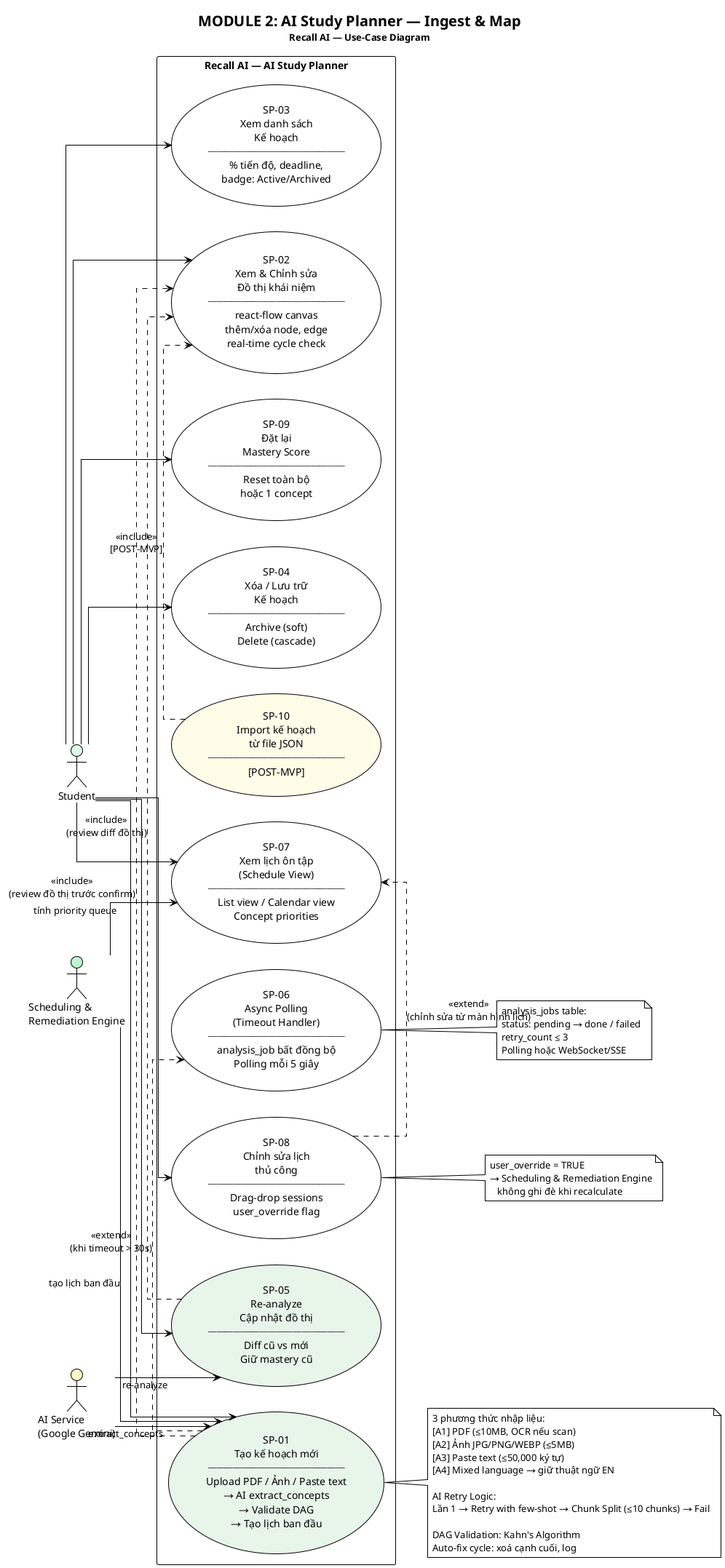
Above: pa/pa2/Use-case model/UC-02_StudyPlanner.png in Lade1q/planning-ai (PlantUML), before the change.
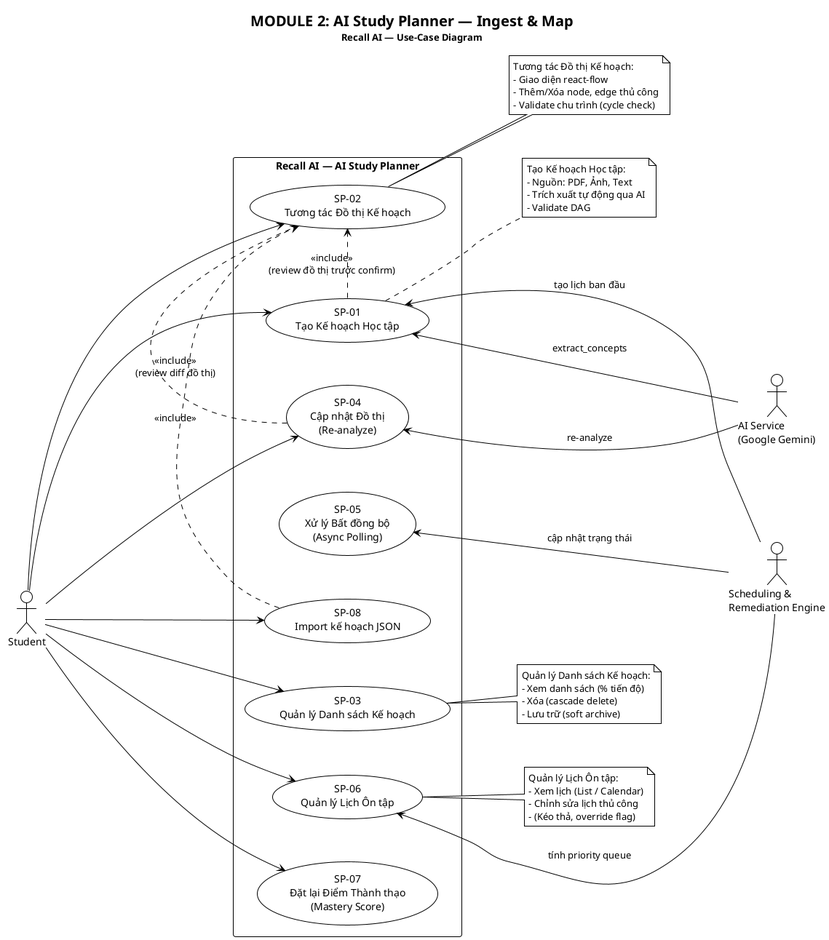
After the change.

Change to the diagram source:
```diff
@@ -1,7 +1,8 @@
 @startuml UC-02_StudyPlanner
 !theme plain
 skinparam shadowing false
-skinparam linetype ortho
+skinparam nodesep 60
+skinparam ranksep 80
 
 <style>
 usecaseDiagram {
@@ -48,83 +49,79 @@
 
 left to right direction
 
-actor "Student" as STU #DCFCE7
-actor "AI Service\n(Google Gemini)" as AI #FEF9C3
-actor "Scheduling &\nRemediation Engine" as SRE #BBF7D0
+actor "Student" as STU
+actor "AI Service\n(Google Gemini)" as AI
+actor "Scheduling &\nRemediation Engine" as SRE
 
 rectangle "Recall AI — AI Study Planner" as SYS {
 
-  usecase "SP-01\nTạo kế hoạch mới\n────────────────\nUpload PDF / Ảnh / Paste text\n→ AI extract_concepts\n→ Validate DAG\n→ Tạo lịch ban đầu" as sp01 #E8F5E9
+  usecase "SP-01\nTạo Kế hoạch Học tập" as sp01
 
-  usecase "SP-02\nXem & Chỉnh sửa\nĐồ thị khái niệm\n────────────────\nreact-flow canvas\nthêm/xóa node, edge\nreal-time cycle check" as sp02
+  usecase "SP-02\nTương tác Đồ thị Kế hoạch" as sp02
 
-  usecase "SP-03\nXem danh sách\nKế hoạch\n────────────────\n% tiến độ, deadline,\nbadge: Active/Archived" as sp03
+  usecase "SP-03\nQuản lý Danh sách Kế hoạch" as sp03
 
-  usecase "SP-04\nXóa / Lưu trữ\nKế hoạch\n────────────────\nArchive (soft)\nDelete (cascade)" as sp04
+  usecase "SP-04\nCập nhật Đồ thị\n(Re-analyze)" as sp05
 
-  usecase "SP-05\nRe-analyze\nCập nhật đồ thị\n────────────────\nDiff cũ vs mới\nGiữ mastery cũ" as sp05 #E8F5E9
+  usecase "SP-05\nXử lý Bất đồng bộ\n(Async Polling)" as sp06
 
-  usecase "SP-06\nAsync Polling\n(Timeout Handler)\n────────────────\nanalysis_job bất đồng bộ\nPolling mỗi 5 giây" as sp06
+  usecase "SP-06\nQuản lý Lịch Ôn tập" as sp07
 
-  usecase "SP-07\nXem lịch ôn tập\n(Schedule View)\n────────────────\nList view / Calendar view\nConcept priorities" as sp07
+  usecase "SP-07\nĐặt lại Điểm Thành thạo\n(Mastery Score)" as sp09
 
-  usecase "SP-08\nChỉnh sửa lịch\nthủ công\n────────────────\nDrag-drop sessions\nuser_override flag" as sp08
-
-  usecase "SP-09\nĐặt lại\nMastery Score\n────────────────\nReset toàn bộ\nhoặc 1 concept" as sp09
-
-  usecase "SP-10\nImport kế hoạch\ntừ file JSON\n────────────────\n[POST-MVP]" as sp10 #FFFDE7
+  usecase "SP-08\nImport kế hoạch JSON" as sp10
 
 }
 
-STU --> sp01
-STU --> sp02
-STU --> sp03
-STU --> sp04
-STU --> sp05
-STU --> sp07
-STU --> sp08
-STU --> sp09
+STU ---> sp01
+STU ---> sp02
+STU ---> sp03
+STU ---> sp05
+STU ---> sp07
+STU ---> sp09
+STU ---> sp10
 
-AI --> sp01 : extract_concepts
-AI --> sp05 : re-analyze
+sp01 <--- AI : extract_concepts
+sp05 <--- AI : re-analyze
 
-SRE --> sp01 : tạo lịch ban đầu
-SRE --> sp07 : tính priority queue
+sp01 <--- SRE : tạo lịch ban đầu
+sp07 <--- SRE : tính priority queue
+sp06 <--- SRE : cập nhật trạng thái
 
-sp01 .> sp02 : <<include>>\n(review đồ thị trước confirm)
-sp01 .> sp06 : <<extend>>\n(khi timeout > 30s)
-sp05 .> sp02 : <<include>>\n(review diff đồ thị)
-sp08 .> sp07 : <<extend>>\n(chỉnh sửa từ màn hình lịch)
-sp10 .> sp02 : <<include>>\n[POST-MVP]
+sp01 .right.> sp02 : <<include>>\n(review đồ thị trước confirm)
+sp05 .right.> sp02 : <<include>>\n(review diff đồ thị)
+sp10 .right.> sp02 : <<include>>
 
 note as n1
-  3 phương thức nhập liệu:
-  [A1] PDF (≤10MB, OCR nếu scan)
-  [A2] Ảnh JPG/PNG/WEBP (≤5MB)
-  [A3] Paste text (≤50,000 ký tự)
-  [A4] Mixed language → giữ thuật ngữ EN
-
-  AI Retry Logic:
-  Lần 1 → Retry with few-shot → Chunk Split (≤10 chunks) → Fail
-
-  DAG Validation: Kahn's Algorithm
-  Auto-fix cycle: xoá cạnh cuối, log
+  Tạo Kế hoạch Học tập:
+  - Nguồn: PDF, Ảnh, Text
+  - Trích xuất tự động qua AI
+  - Validate DAG
 end note
 sp01 .. n1
 
 note as n2
-  analysis_jobs table:
-  status: pending → done / failed
-  retry_count ≤ 3
-  Polling hoặc WebSocket/SSE
+  Tương tác Đồ thị Kế hoạch:
+  - Giao diện react-flow
+  - Thêm/Xóa node, edge thủ công
+  - Validate chu trình (cycle check)
 end note
-sp06 .. n2
+sp02 .. n2
 
 note as n3
-  user_override = TRUE
-  → Scheduling & Remediation Engine
-     không ghi đè khi recalculate
+  Quản lý Danh sách Kế hoạch:
+  - Xem danh sách (% tiến độ)
+  - Xóa (cascade delete)
+  - Lưu trữ (soft archive)
 end note
-sp08 .. n3
+sp03 .. n3
+
+note as n4
+  Quản lý Lịch Ôn tập:
+  - Xem lịch (List / Calendar)
+  - Chỉnh sửa lịch thủ công
+  - (Kéo thả, override flag)
+end note
+sp07 .. n4
 
 @enduml
```
